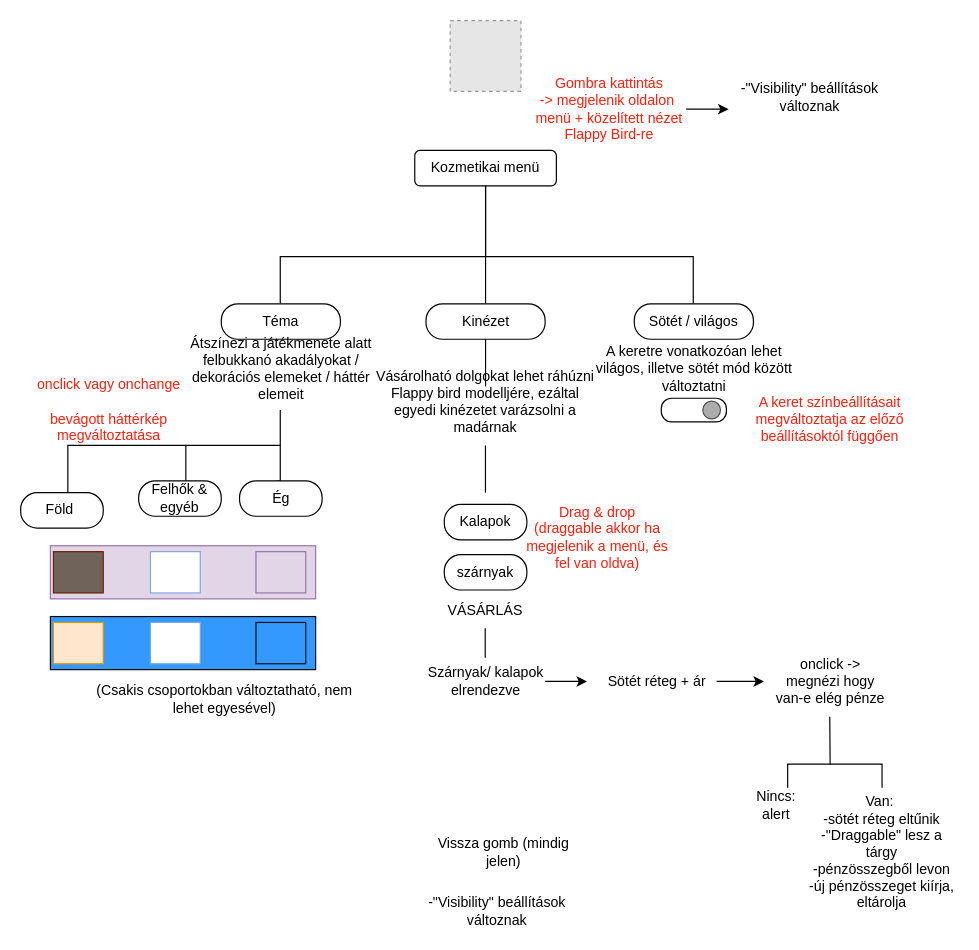
The draw.io diagram tervezés/kozmetikai.drawio in lipotjozsef/webprojekt, before the edit. Source tidied: cells renumbered, new cells numbered last; positions are measured from the earlier drawing's top-left corner, leaving out a move shared by most shapes. Both pictures are drawn from the tidied source at 118%, with x=0, y=0 at pixel (20, 20). Pictures stored in the file or linked from it are replaced by grey dashed boxes.
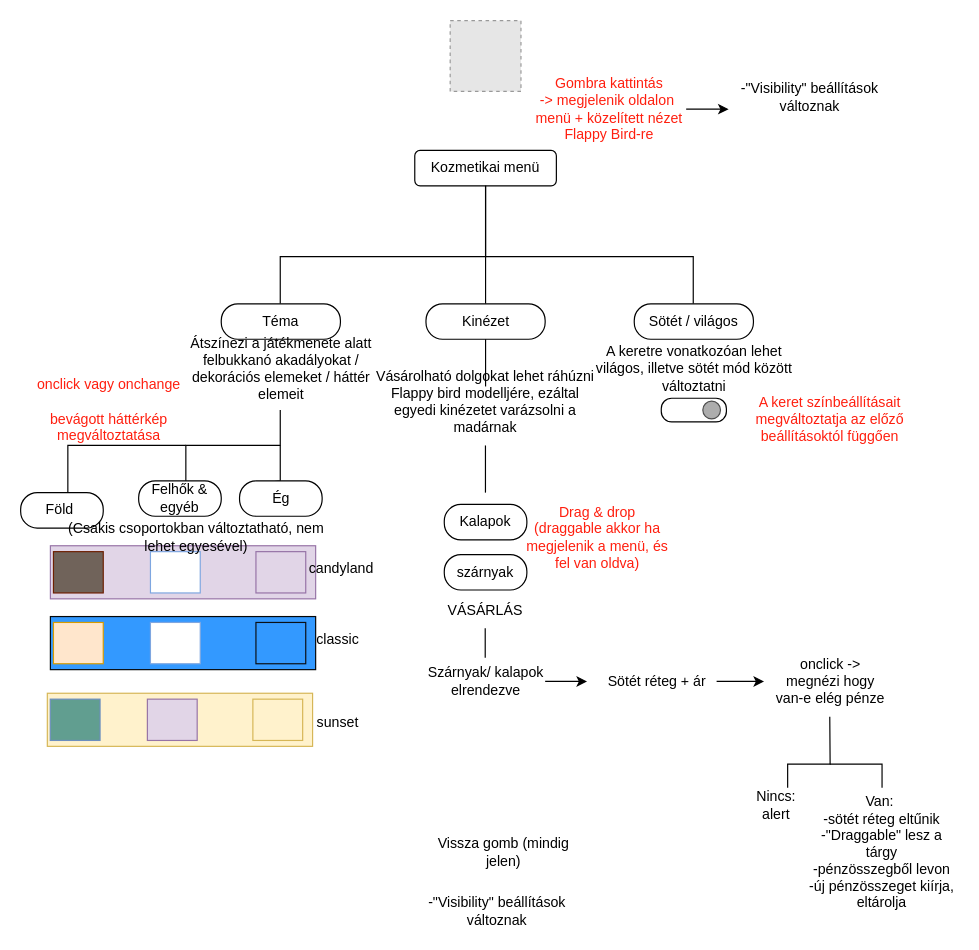
The same diagram, later.

Diff of the diagram source:
```diff
@@
     <mxCell id="33" value="(Csakis csoportokban változtatható, nem lehet egyesével)" style="text;html=1;align=center;verticalAlign=middle;whiteSpace=wrap;rounded=0;" parent="1" vertex="1">
-      <mxGeometry x="51.6" y="560" width="242.1" height="30" as="geometry" />
+      <mxGeometry x="27.8" y="422.5" width="242.1" height="30" as="geometry" />
     </mxCell>
@@
+    <mxCell id="53" style="rounded=0;whiteSpace=wrap;html=1;fillColor=#fff2cc;strokeColor=#d6b656;" parent="1" vertex="1">
+      <mxGeometry x="22.6" y="570" width="224.8" height="45" as="geometry" />
+    </mxCell>
+    <mxCell id="54" style="rounded=0;whiteSpace=wrap;html=1;fillColor=#619E90;strokeColor=#6c8ebf;" parent="1" vertex="1">
+      <mxGeometry x="25.1" y="575" width="42.2" height="35" as="geometry" />
+    </mxCell>
+    <mxCell id="55" style="rounded=0;whiteSpace=wrap;html=1;strokeColor=#9673a6;fillColor=#e1d5e7;" parent="1" vertex="1">
+      <mxGeometry x="107.4" y="575" width="42.2" height="35" as="geometry" />
+    </mxCell>
+    <mxCell id="56" style="rounded=0;whiteSpace=wrap;html=1;strokeColor=#d6b656;fillColor=#fff2cc;" parent="1" vertex="1">
+      <mxGeometry x="196.8" y="575" width="42.2" height="35" as="geometry" />
+    </mxCell>
+    <mxCell id="57" value="candyland" style="text;html=1;align=center;verticalAlign=middle;whiteSpace=wrap;rounded=0;" parent="1" vertex="1">
+      <mxGeometry x="241.6" y="450" width="60" height="30" as="geometry" />
+    </mxCell>
+    <mxCell id="58" value="classic" style="text;html=1;align=center;verticalAlign=middle;whiteSpace=wrap;rounded=0;" parent="1" vertex="1">
+      <mxGeometry x="239.2" y="510" width="60" height="30" as="geometry" />
+    </mxCell>
+    <mxCell id="59" value="sunset" style="text;html=1;align=center;verticalAlign=middle;whiteSpace=wrap;rounded=0;" parent="1" vertex="1">
+      <mxGeometry x="239.2" y="580" width="60" height="30" as="geometry" />
+    </mxCell>
```
